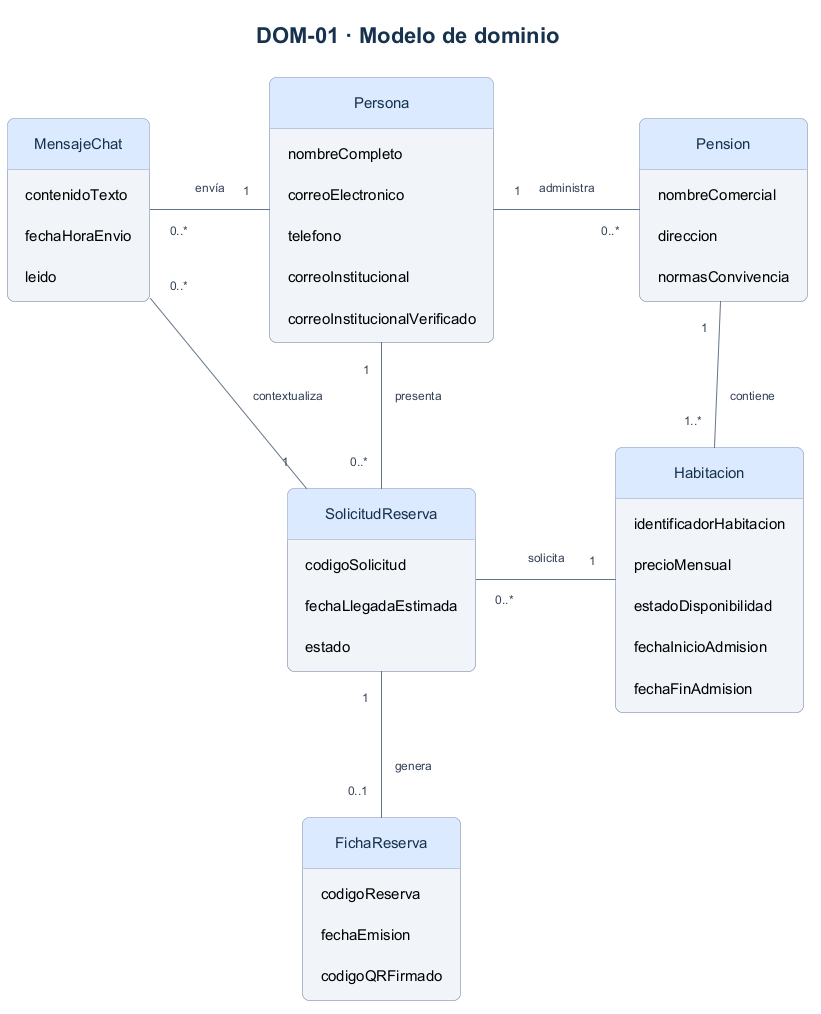
Above: diagramas/modelo-dominio-simplificado.png in busca-tunido-requisitos/entrega-1 (PlantUML), before the change. The source it was exported from:
```plantuml
@startuml
title DOM-01 · Modelo de dominio
skinparam defaultFontName Arial
skinparam defaultFontSize 15
skinparam titleFontSize 22
skinparam titleFontColor #16324F
skinparam backgroundColor #FFFFFF
skinparam shadowing false
skinparam ArrowColor #64748B
skinparam ArrowFontColor #334155
skinparam ArrowFontSize 12
skinparam roundcorner 14
skinparam nodesep 65
skinparam ranksep 65
skinparam padding 12
skinparam classBackgroundColor #F1F5F9
skinparam classBorderColor #94A3B8
skinparam classHeaderBackgroundColor #DBEAFE
skinparam classFontColor #16324F
skinparam stateBackgroundColor #EFF6FF
skinparam stateBorderColor #7C9CBF
skinparam stateFontColor #16324F
skinparam usecaseBackgroundColor #EFF6FF
skinparam usecaseBorderColor #7C9CBF
skinparam usecaseFontColor #16324F
skinparam actorBorderColor #475569
skinparam actorFontColor #16324F
skinparam rectangleBorderColor #CBD5E1
skinparam rectangleFontColor #16324F
hide methods
hide circle
skinparam classAttributeIconSize 0
class Persona {
  nombreCompleto
  correoElectronico
  telefono
  correoInstitucional
  correoInstitucionalVerificado
}
class Pension {
  nombreComercial
  direccion
  normasConvivencia
}
class Habitacion {
  identificadorHabitacion
  precioMensual
  estadoDisponibilidad
  fechaInicioAdmision
  fechaFinAdmision
}
class SolicitudReserva {
  codigoSolicitud
  fechaLlegadaEstimada
  estado
}
class FichaReserva {
  codigoReserva
  fechaEmision
  codigoQRFirmado
}
class MensajeChat {
  contenidoTexto
  fechaHoraEnvio
  leido
}
Persona "1" -right- "0..*" Pension : administra
Pension "1" -down- "1..*" Habitacion : contiene
Persona "1" -down- "0..*" SolicitudReserva : presenta
SolicitudReserva "0..*" -right- "1" Habitacion : solicita
SolicitudReserva "1" -down- "0..1" FichaReserva : genera
SolicitudReserva "1" -left- "0..*" MensajeChat : contextualiza
Persona "1" -left- "0..*" MensajeChat : envía
@enduml
```
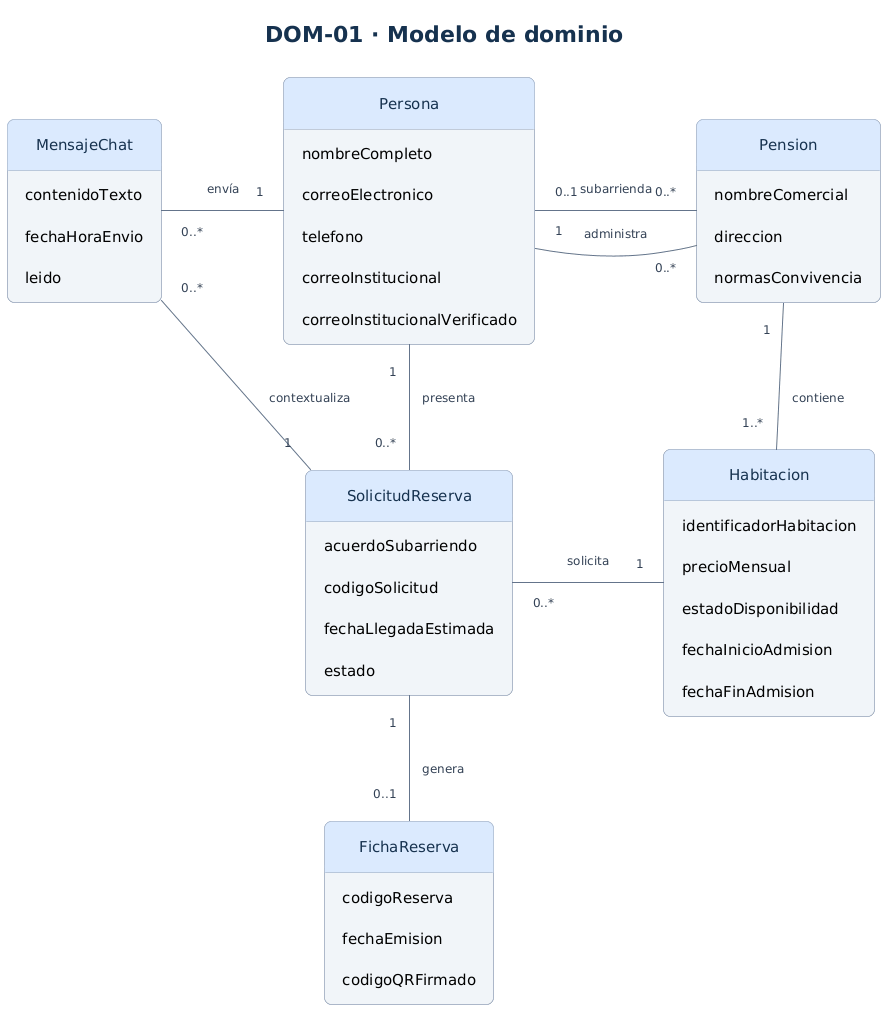
The same file after the commit.

The edit, as a diff of the source:
```diff
@@ -50,6 +50,7 @@
   fechaFinAdmision
 }
 class SolicitudReserva {
+  acuerdoSubarriendo
   codigoSolicitud
   fechaLlegadaEstimada
   estado
@@ -65,6 +66,7 @@
   leido
 }
 Persona "1" -right- "0..*" Pension : administra
+Persona "0..1" -- "0..*" Pension : subarrienda
 Pension "1" -down- "1..*" Habitacion : contiene
 Persona "1" -down- "0..*" SolicitudReserva : presenta
 SolicitudReserva "0..*" -right- "1" Habitacion : solicita
```
